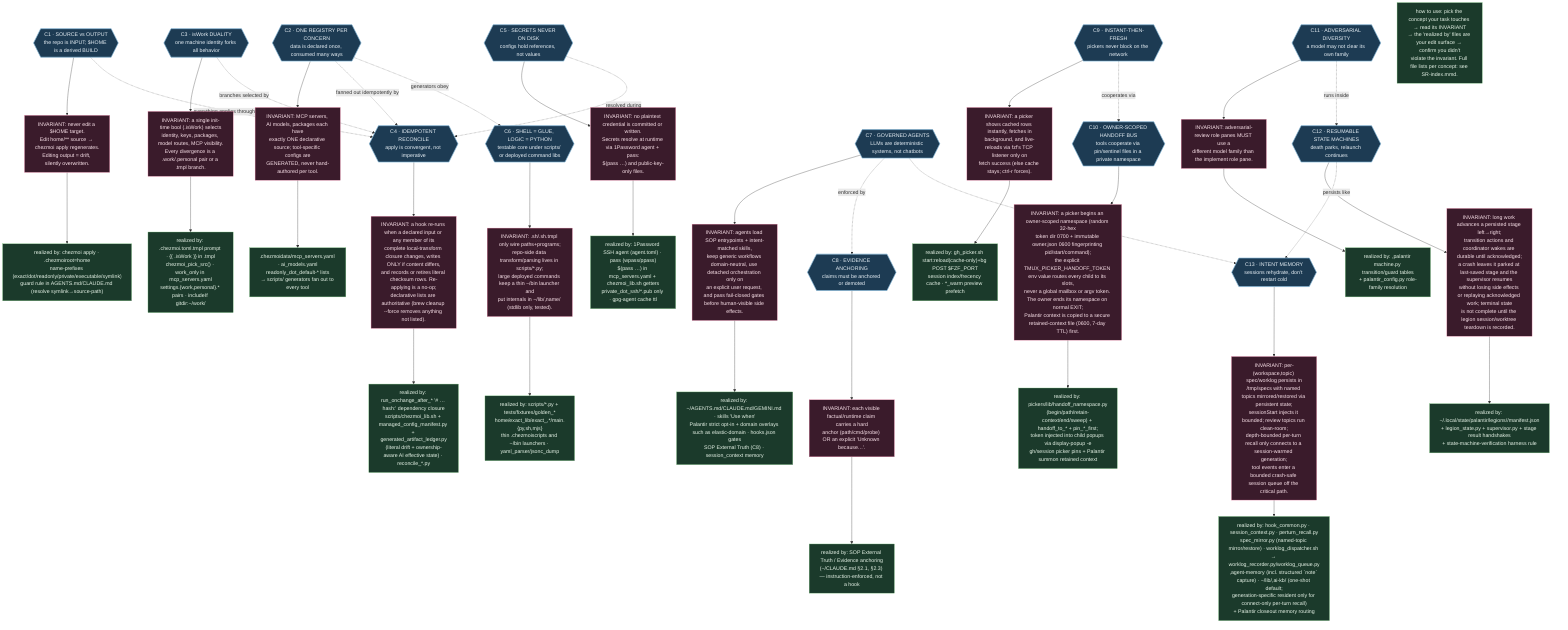
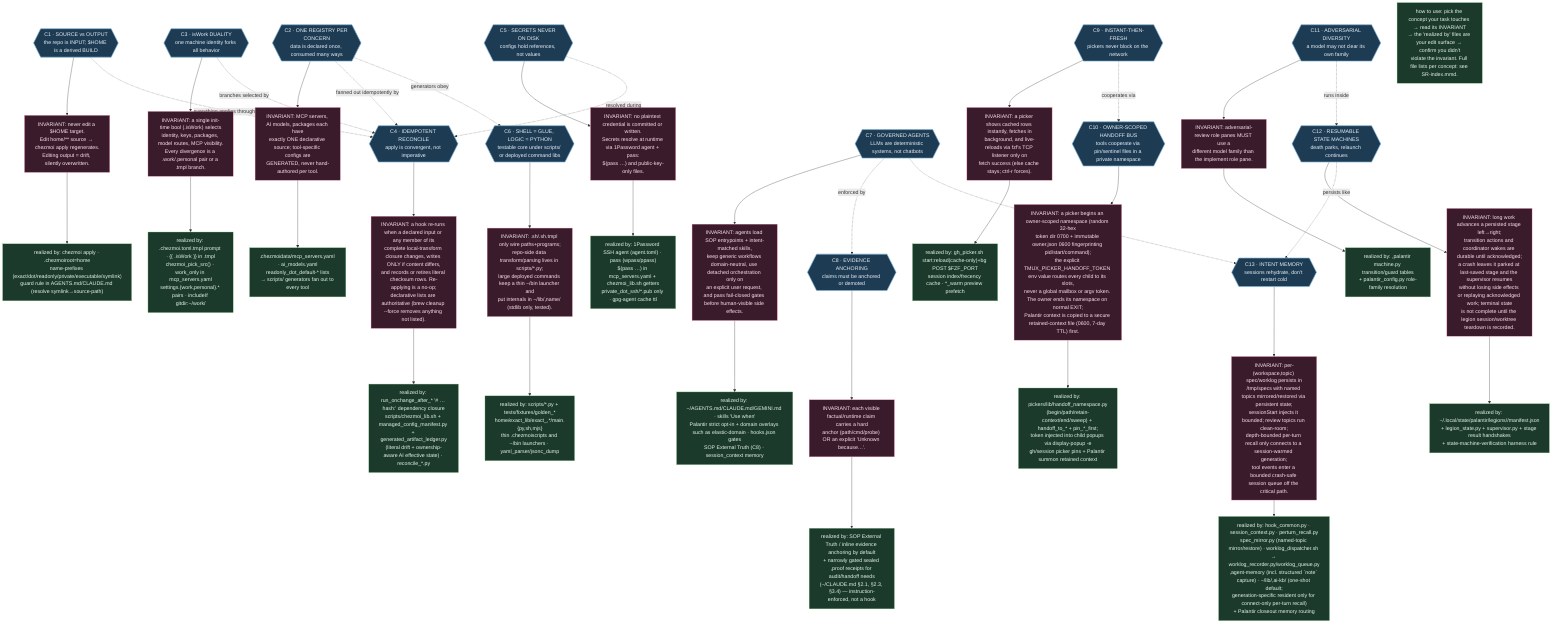
%% ============================================================================
%% S0-concepts.mmd — THE SEMANTIC CLOUD. Read this FIRST, before any catalog.
%% This is NOT a folder tree. It is the set of 13 ideas this repo is built on,
%% each with its INVARIANT (the rule that must hold) and the few files that
%% REALIZE/ENFORCE it. Understand these and the whole system is legible; every
%% catalog file (00-13) is just an instance of one of these concepts.
%% Edge label "violates →" points at what breaks if the invariant is ignored.
%% ============================================================================
graph TB
    classDef concept fill:#1d3b53,stroke:#7fb3d5,color:#eaf2f8,stroke-width:2px;
    classDef inv fill:#3a1b2b,stroke:#f48fb1,color:#fce4ec;
    classDef realize fill:#1b3a2b,stroke:#81c784,color:#e8f5e9;

    %% ---- C1 Source-of-truth / generated-output split -----------------------
    C1{{"C1 · SOURCE vs OUTPUT<br/>the repo is INPUT; $HOME is a derived BUILD"}}:::concept
    C1 --> I1["INVARIANT: never edit a $HOME target.<br/>Edit home/** source → chezmoi apply regenerates.<br/>Editing output = drift, silently overwritten."]:::inv
    I1 --> R1["realized by: chezmoi apply · .chezmoiroot=home<br/>name-prefixes (exact/dot/readonly/private/executable/symlink)<br/>guard rule in AGENTS.md/CLAUDE.md (resolve symlink→source-path)"]:::realize

    %% ---- C2 Canonical registries (single source per concern) ---------------
    C2{{"C2 · ONE REGISTRY PER CONCERN<br/>data is declared once, consumed many ways"}}:::concept
    C2 --> I2["INVARIANT: MCP servers, AI models, packages each have<br/>exactly ONE declarative source; tool-specific configs are<br/>GENERATED, never hand-authored per tool."]:::inv
    I2 --> R2[".chezmoidata/mcp_servers.yaml · ai_models.yaml<br/>readonly_dot_default-* lists<br/>→ scripts/ generators fan out to every tool"]:::realize

    %% ---- C3 Work/Personal duality ------------------------------------------
    C3{{"C3 · isWork DUALITY<br/>one machine identity forks all behavior"}}:::concept
    C3 --> I3["INVARIANT: a single init-time bool (.isWork) selects<br/>identity, keys, packages, model routes, MCP visibility.<br/>Every divergence is a .work/.personal pair or a .tmpl branch."]:::inv
    I3 --> R3["realized by: .chezmoi.toml.tmpl prompt · {{ .isWork }} in .tmpl<br/>chezmoi_pick_src() · work_only in mcp_servers.yaml<br/>settings.{work,personal}.* pairs · includeIf gitdir:~/work/"]:::realize

    %% ---- C4 Idempotent reconcile (hash-gate + manifest) --------------------
    C4{{"C4 · IDEMPOTENT RECONCILE<br/>apply is convergent, not imperative"}}:::concept
    C4 --> I4["INVARIANT: a hook re-runs when a declared input or any member of its<br/>complete local-transform closure changes, writes ONLY if content differs,<br/>and records or retires literal checksum rows. Re-applying is a no-op;<br/>declarative lists are authoritative (brew cleanup --force removes anything not listed)."]:::inv
    I4 --> R4["realized by: run_onchange_after_* '# … hash:' dependency closure<br/>scripts/chezmoi_lib.sh + managed_config_manifest.py + generated_artifact_ledger.py<br/>(literal drift + ownership-aware AI effective state) · reconcile_*.py"]:::realize

    %% ---- C5 Secrets-at-runtime ---------------------------------------------
    C5{{"C5 · SECRETS NEVER ON DISK<br/>configs hold references, not values"}}:::concept
    C5 --> I5["INVARIANT: no plaintext credential is committed or written.<br/>Secrets resolve at runtime via 1Password agent + pass:<br/>$(pass …) and public-key-only files."]:::inv
    I5 --> R5["realized by: 1Password SSH agent (agent.toml) · pass (wpass/ppass)<br/>$(pass …) in mcp_servers.yaml + chezmoi_lib.sh getters<br/>private_dot_ssh/*.pub only · gpg-agent cache ttl"]:::realize

    %% ---- C6 Thin shell / typed core ----------------------------------------
    C6{{"C6 · SHELL = GLUE, LOGIC = PYTHON<br/>testable core under scripts/ or deployed command libs"}}:::concept
    C6 --> I6["INVARIANT: .sh/.sh.tmpl only wire paths+programs;<br/>repo-side data transform/parsing lives in scripts/*.py;<br/>large deployed commands keep a thin ~/bin launcher and<br/>put internals in ~/lib/,name/ (stdlib only, tested)."]:::inv
    I6 --> R6["realized by: scripts/*.py + tests/fixtures/golden_*<br/>home/exact_lib/exact_,*/main.{py,sh,mjs}<br/>thin .chezmoiscripts and ~/bin launchers · yaml_parser/jsonc_dump"]:::realize

    %% ---- C7 Intent-routed governance ---------------------------------------
    C7{{"C7 · GOVERNED AGENTS<br/>LLMs are deterministic systems, not chatbots"}}:::concept
    C7 --> I7["INVARIANT: agents load SOP entrypoints + intent-matched skills,<br/>keep generic workflows domain-neutral, use detached orchestration only on<br/>an explicit user request, and pass fail-closed gates before human-visible side effects."]:::inv
    I7 --> R7["realized by: ~/AGENTS.md/CLAUDE.md/GEMINI.md · skills 'Use when'<br/>Palantir strict opt-in + domain overlays such as elastic-domain · hooks.json gates<br/>SOP External Truth (C8) · session_context memory"]:::realize

    %% ---- C8 Evidence anchoring (SOP discipline) ----------------------------
    C8{{"C8 · EVIDENCE ANCHORING<br/>claims must be anchored or demoted"}}:::concept
    C8 --> I8["INVARIANT: each visible factual/runtime claim carries a hard<br/>anchor (path/cmd/probe) OR an explicit 'Unknown because…'."]:::inv
-     I8 --> R8["realized by: SOP External Truth / Evidence anchoring<br/>(~/CLAUDE.md §2.1, §2.3) — instruction-enforced, not a hook"]:::realize
+     I8 --> R8["realized by: SOP External Truth / inline evidence anchoring by default<br/>+ narrowly gated sealed ,proof receipts for audit/handoff needs<br/>(~/CLAUDE.md §2.1, §2.3, §3.4) — instruction-enforced, not a hook"]:::realize

    %% ---- C9 Stale-while-revalidate UX --------------------------------------
    C9{{"C9 · INSTANT-THEN-FRESH<br/>pickers never block on the network"}}:::concept
    C9 --> I9["INVARIANT: a picker shows cached rows instantly, fetches in<br/>background, and live-reloads via fzf's TCP listener only on<br/>fetch success (else cache stays; ctrl-r forces)."]:::inv
    I9 --> R9["realized by: gh_picker.sh start:reload(cache-only)+bg POST $FZF_PORT<br/>session index/frecency cache · *_warm preview prefetch"]:::realize

    %% ---- C10 Handoff bus ----------------------------------------------------
    C10{{"C10 · OWNER-SCOPED HANDOFF BUS<br/>tools cooperate via pin/sentinel files in a private namespace"}}:::concept
    C10 --> I10["INVARIANT: a picker begins an owner-scoped namespace (random 32-hex<br/>token dir 0700 + immutable owner.json 0600 fingerprinting pid/start/command);<br/>the explicit TMUX_PICKER_HANDOFF_TOKEN env value routes every child to its slots,<br/>never a global mailbox or argv token. The owner ends its namespace on normal EXIT;<br/>Palantir context is copied to a secure retained-context file (0600, 7-day TTL) first."]:::inv
    I10 --> R10["realized by: pickers/lib/handoff_namespace.py<br/>(begin/path/retain-context/end/sweep) + handoff_to_* + pin_*_first;<br/>token injected into child popups via display-popup -e<br/>gh/session picker pins + Palantir summon retained context"]:::realize

    %% ---- C11 Diversity gate (adversarial review) ---------------------------
    C11{{"C11 · ADVERSARIAL DIVERSITY<br/>a model may not clear its own family"}}:::concept
    C11 --> I11["INVARIANT: adversarial-review role panes MUST use a<br/>different model family than the implement role pane."]:::inv
    I11 --> R11["realized by: ,palantir machine.py transition/guard tables<br/>+ palantir_config.py role-family resolution"]:::realize

    %% ---- C12 Resumable state machine ---------------------------------------
    C12{{"C12 · RESUMABLE STATE MACHINES<br/>death parks, relaunch continues"}}:::concept
    C12 --> I12["INVARIANT: long work advances a persisted stage left→right;<br/>transition actions and coordinator wakes are durable until acknowledged;<br/>a crash leaves it parked at last-saved stage and the supervisor resumes<br/>without losing side effects or replaying acknowledged work; terminal state<br/>is not complete until the legion session/worktree teardown is recorded."]:::inv
    I12 --> R12["realized by: ~/.local/state/palantir/legions/<id>/manifest.json<br/>+ legion_state.py + supervisor.py + stage result handshakes<br/>+ state-machine-verification harness rule"]:::realize

    %% ---- C13 Persistent intent memory --------------------------------------
    C13{{"C13 · INTENT MEMORY<br/>sessions rehydrate, don't restart cold"}}:::concept
    C13 --> I13["INVARIANT: per-(workspace,topic) spec/worklog persists in<br/>/tmp/specs with named topics mirrored/restored via persistent state;<br/>sessionStart injects it bounded; review topics run clean-room;<br/>depth-bounded per-turn recall only connects to a session-warmed generation;<br/>tool events enter a bounded crash-safe session queue off the critical path."]:::inv
    I13 --> R13["realized by: hook_common.py · session_context.py · perturn_recall.py<br/>spec_mirror.py (named-topic mirror/restore) · worklog_dispatcher.sh → worklog_recorder.py/worklog_queue.py<br/>,agent-memory (incl. structured `note` capture) · ~/lib/,ai-kb/ (one-shot default;<br/>generation-specific resident only for connect-only per-turn recall)<br/>+ Palantir closeout memory routing"]:::realize

    %% ---- how concepts compose ----------------------------------------------
    C1 -. "everything applies through" .-> C4
    C2 -. "fanned out idempotently by" .-> C4
    C3 -. "branches selected by" .-> C4
    C2 -. "generators obey" .-> C6
    C5 -. "resolved during" .-> C4
    C7 -. "enforced by" .-> C8
    C7 -. "remembers via" .-> C13
    C9 -. "cooperates via" .-> C10
    C11 -. "runs inside" .-> C12
    C12 -. "persists like" .-> C13

    LEGEND["how to use: pick the concept your task touches → read its INVARIANT<br/>→ the 'realized by' files are your edit surface → confirm you didn't<br/>violate the invariant. Full file lists per concept: see SR-index.mmd."]:::realize
